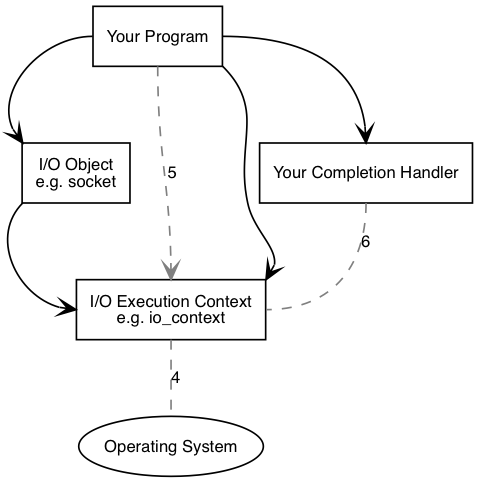
Above: libs/asio/doc/overview/async_op2.png in arbin-ruisen/store-boost (Graphviz), before the change. Its source is kept beside it as libs/asio/doc/overview/async_op2.dot.
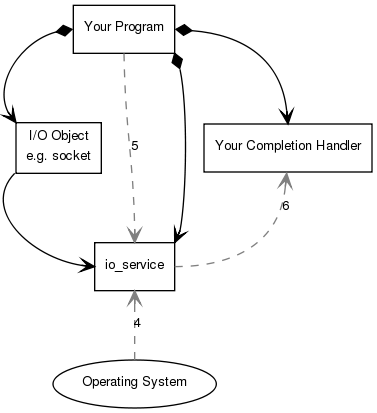
Above is the later version.

The edit, as a diff of the source:
```diff
@@ -27,7 +27,7 @@
 
   {
     operating_system [ label="Operating System", shape=ellipse ];
-    io_context [ label="I/O Execution Context\ne.g. io_context" ];
+    io_service [ label="io_service" ];
     io_object [ label="I/O Object\ne.g. socket" ];
     your_program [ label="Your Program" ];
     your_completion_handler [ label="Your Completion Handler" ];
@@ -37,24 +37,24 @@
     edge [ arrowtail="diamond" ];
     your_program:e -> your_completion_handler:n;
     your_program:w -> io_object:nw;
-    your_program:se -> io_context:ne;
+    your_program:se -> io_service:ne;
   }
 
   {
-    io_object:sw -> io_context:w;
+    io_object:sw -> io_service:w;
   }
 
   {
     edge [ style="dashed", color="#808080" ];
 
     {
-      your_program:s -> io_context:n [ label="5" ];
+      your_program:s -> io_service:n [ label="5" ];
     }
 
     {
       edge [ arrowhead="none", arrowtail="open" ];
-      io_context:s -> operating_system:n [ label="4" ];
-      your_completion_handler:s -> io_context:e [ label="6" ];
+      io_service:s -> operating_system:n [ label="4" ];
+      your_completion_handler:s -> io_service:e [ label="6" ];
     }
   }
 
@@ -63,7 +63,7 @@
 
     {
       your_program:sw -> io_object:n [ label="1" ];
-      io_object:s -> io_context:nw [ label="2" ];
+      io_object:s -> io_service:nw [ label="2" ];
     }
   }
 }
```
